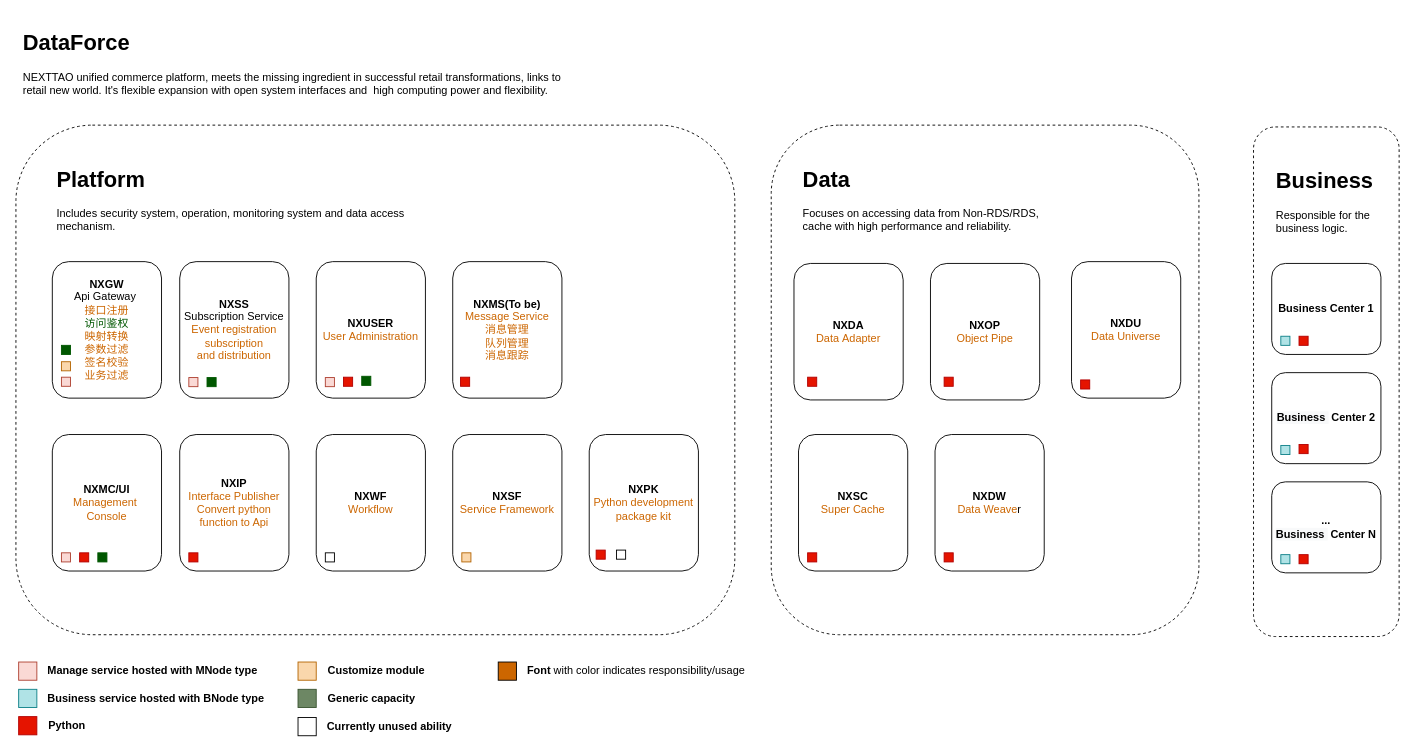
Before: page "MLP - GenericCapacity" (2 of 3) of Mid Layer Platform Technical Arch.drawio in sotheair/designs, a draw.io diagram. Source tidied: cells renumbered, new cells numbered last; positions are measured from the earlier drawing's top-left corner, leaving out a move shared by most shapes. Both pictures are drawn from the tidied source at 91%, with x=0, y=0 at pixel (15, 25).
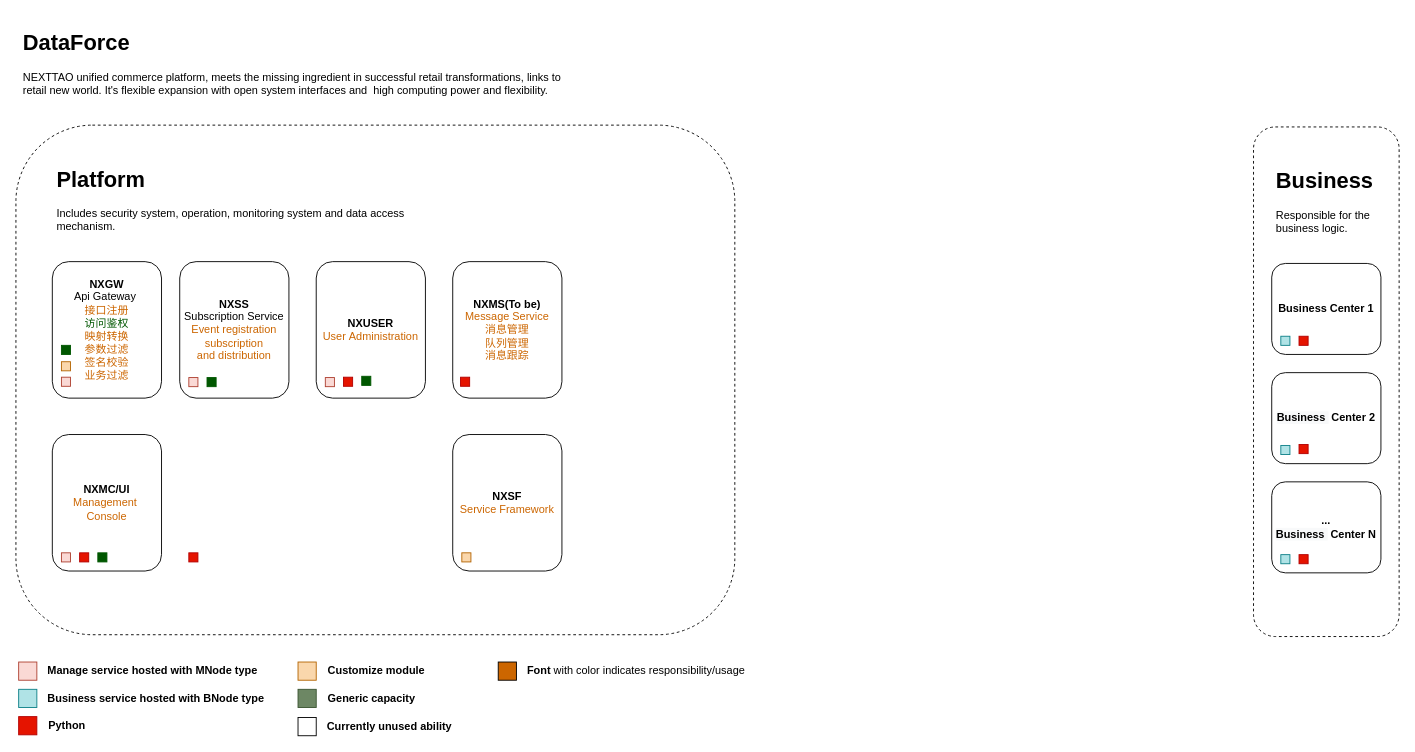
After the change.

Change to the diagram source:
```diff
@@
-    <mxCell id="4" style="rounded=1;whiteSpace=wrap;html=1;dashed=1;fillColor=none;arcSize=16;" parent="1" vertex="1">
-      <mxGeometry x="830" y="110" width="470" height="560" as="geometry" />
-    </mxCell>
@@
-    <mxCell id="11" value="&lt;b&gt;NXIP&lt;/b&gt;&lt;br&gt;&lt;font color=&quot;#cc6600&quot;&gt;Interface Publisher&lt;/font&gt;&lt;br&gt;&lt;font color=&quot;#cc6600&quot;&gt;Convert python function to Api&lt;/font&gt;" style="rounded=1;whiteSpace=wrap;html=1;fillColor=none;" parent="1" vertex="1">
-      <mxGeometry x="180" y="450" width="120" height="150" as="geometry" />
-    </mxCell>
-    <mxCell id="12" value="&lt;b&gt;NXWF&lt;br&gt;&lt;/b&gt;&lt;font color=&quot;#cc6600&quot;&gt;Workflow&lt;/font&gt;" style="rounded=1;whiteSpace=wrap;html=1;fillColor=none;" parent="1" vertex="1">
-      <mxGeometry x="330" y="450" width="120" height="150" as="geometry" />
-    </mxCell>
@@
-    <mxCell id="14" value="&lt;h1&gt;Data&lt;/h1&gt;&lt;p&gt;Focuses on accessing data from Non-RDS/RDS, cache with high performance and reliability.&lt;/p&gt;" style="text;html=1;strokeColor=none;fillColor=none;spacing=5;spacingTop=-20;whiteSpace=wrap;overflow=hidden;rounded=0;dashed=1;" parent="1" vertex="1">
-      <mxGeometry x="860" y="150" width="290" height="110" as="geometry" />
-    </mxCell>
-    <mxCell id="15" value="&lt;b&gt;NXDA&lt;/b&gt;&lt;br&gt;&lt;font color=&quot;#cc6600&quot;&gt;Data&amp;nbsp;Adapter&lt;/font&gt;" style="rounded=1;whiteSpace=wrap;html=1;fillColor=none;" parent="1" vertex="1">
-      <mxGeometry x="855" y="262" width="120" height="150" as="geometry" />
-    </mxCell>
-    <mxCell id="16" value="&lt;b&gt;NXOP&lt;/b&gt;&lt;br&gt;&lt;font color=&quot;#cc6600&quot;&gt;Object&amp;nbsp;Pipe&lt;/font&gt;" style="rounded=1;whiteSpace=wrap;html=1;fillColor=none;" parent="1" vertex="1">
-      <mxGeometry x="1005" y="262" width="120" height="150" as="geometry" />
-    </mxCell>
-    <mxCell id="17" value="&lt;b&gt;NXSC&lt;br&gt;&lt;/b&gt;&lt;font color=&quot;#cc6600&quot;&gt;Super Cache&lt;/font&gt;" style="rounded=1;whiteSpace=wrap;html=1;fillColor=none;" parent="1" vertex="1">
-      <mxGeometry x="860" y="450" width="120" height="150" as="geometry" />
-    </mxCell>
-    <mxCell id="18" value="&lt;b&gt;NXDW&lt;/b&gt;&lt;br&gt;&lt;font color=&quot;#cc6600&quot;&gt;Data Weave&lt;/font&gt;r" style="rounded=1;whiteSpace=wrap;html=1;fillColor=none;" parent="1" vertex="1">
-      <mxGeometry x="1010" y="450" width="120" height="150" as="geometry" />
-    </mxCell>
-    <mxCell id="19" value="&lt;b&gt;NXDU&lt;/b&gt;&lt;br&gt;&lt;font color=&quot;#cc6600&quot;&gt;Data Universe&lt;/font&gt;" style="rounded=1;whiteSpace=wrap;html=1;fillColor=none;" parent="1" vertex="1">
-      <mxGeometry x="1160" y="260" width="120" height="150" as="geometry" />
-    </mxCell>
@@
-    <mxCell id="32" style="rounded=0;whiteSpace=wrap;html=1;fillColor=#e51400;strokeColor=#B20000;fontColor=#ffffff;" parent="1" vertex="1">
-      <mxGeometry x="870" y="387" width="10" height="10" as="geometry" />
-    </mxCell>
-    <mxCell id="33" style="rounded=0;whiteSpace=wrap;html=1;fillColor=#e51400;strokeColor=#B20000;fontColor=#ffffff;" parent="1" vertex="1">
-      <mxGeometry x="1020" y="387" width="10" height="10" as="geometry" />
-    </mxCell>
-    <mxCell id="34" style="rounded=0;whiteSpace=wrap;html=1;fillColor=#e51400;strokeColor=#B20000;fontColor=#ffffff;" parent="1" vertex="1">
-      <mxGeometry x="870" y="580" width="10" height="10" as="geometry" />
-    </mxCell>
-    <mxCell id="35" style="rounded=0;whiteSpace=wrap;html=1;fillColor=#e51400;strokeColor=#B20000;fontColor=#ffffff;" parent="1" vertex="1">
-      <mxGeometry x="1020" y="580" width="10" height="10" as="geometry" />
-    </mxCell>
-    <mxCell id="36" style="rounded=0;whiteSpace=wrap;html=1;fillColor=#e51400;strokeColor=#B20000;fontColor=#ffffff;" parent="1" vertex="1">
-      <mxGeometry x="1170" y="390" width="10" height="10" as="geometry" />
-    </mxCell>
@@
-    <mxCell id="44" style="rounded=0;whiteSpace=wrap;html=1;fillColor=none;strokeColor=#000000;" parent="1" vertex="1">
-      <mxGeometry x="340" y="580" width="10" height="10" as="geometry" />
-    </mxCell>
@@
-    <mxCell id="60" value="&lt;b&gt;NXPK&lt;br&gt;&lt;/b&gt;&lt;font color=&quot;#cc6600&quot;&gt;Python development package kit&lt;/font&gt;" style="rounded=1;whiteSpace=wrap;html=1;fillColor=none;" parent="1" vertex="1">
-      <mxGeometry x="630" y="450" width="120" height="150" as="geometry" />
-    </mxCell>
-    <mxCell id="61" style="rounded=0;whiteSpace=wrap;html=1;fillColor=#e51400;strokeColor=#B20000;fontColor=#ffffff;" parent="1" vertex="1">
-      <mxGeometry x="637.6" y="577" width="10" height="10" as="geometry" />
-    </mxCell>
-    <mxCell id="62" style="rounded=0;whiteSpace=wrap;html=1;fillColor=none;strokeColor=#000000;" parent="1" vertex="1">
-      <mxGeometry x="660" y="577" width="10" height="10" as="geometry" />
-    </mxCell>
```
